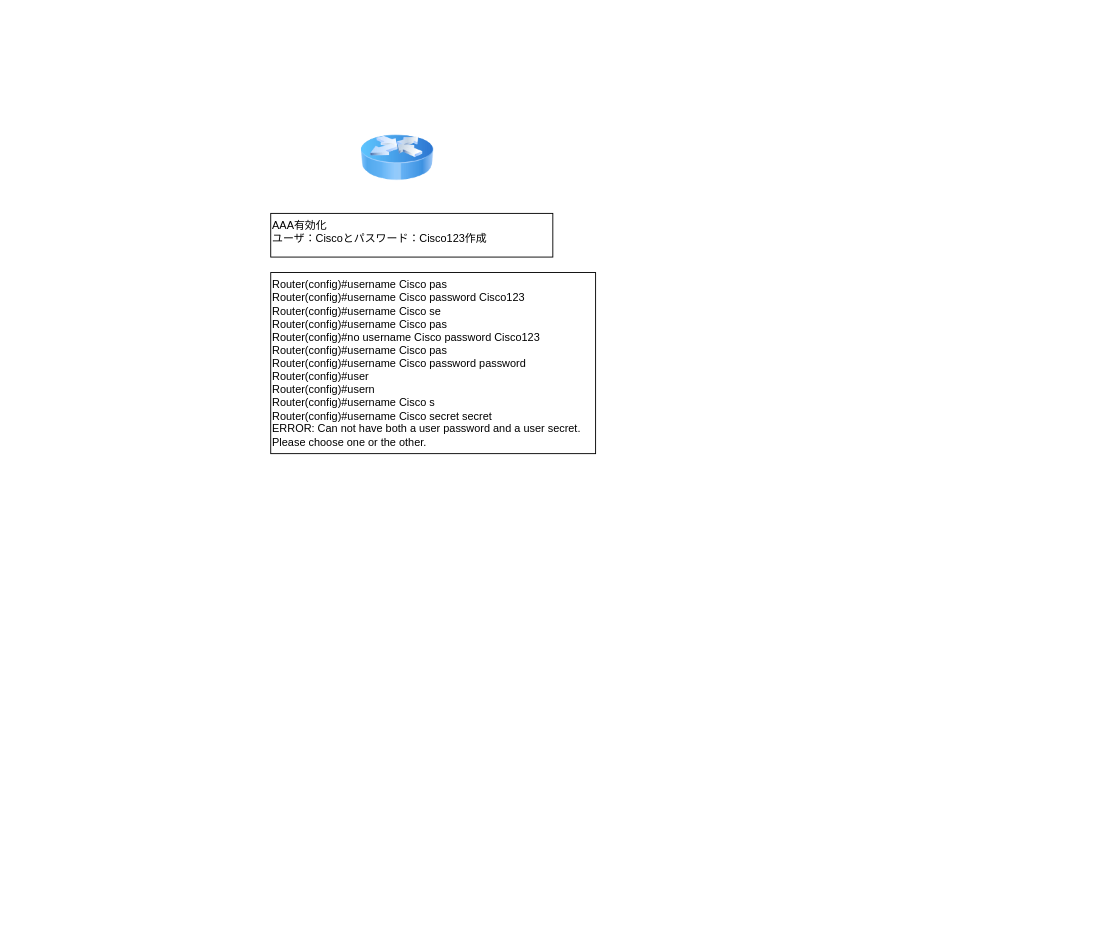
kyforprogram/ccna keeps this draw.io diagram as 名称未設定ファイル.drawio. Above is the earlier version. Source tidied: cells renumbered, new cells numbered last; positions are measured from the earlier drawing's top-left corner, leaving out a move shared by most shapes. Both pictures are drawn from the tidied source at 91%, with x=0, y=0 at pixel (270, 121).
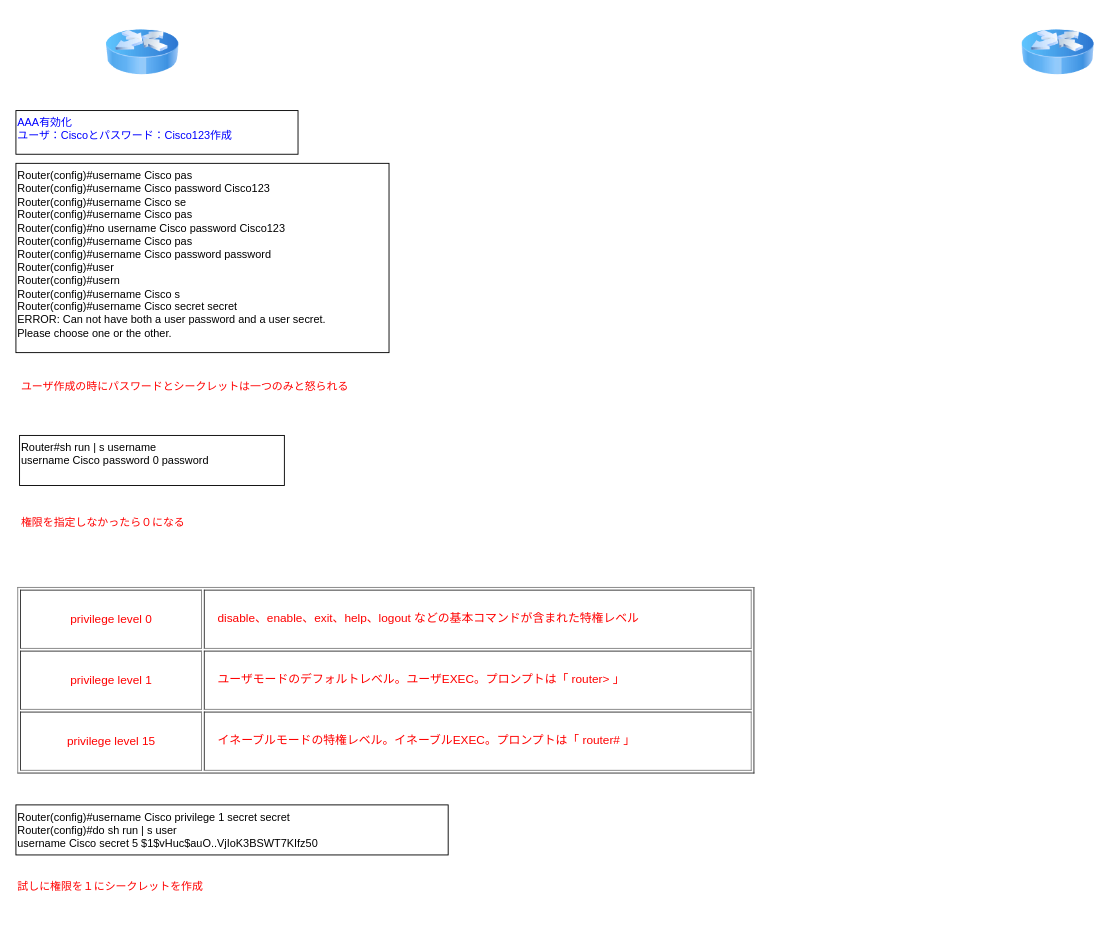
After the change.

Commit message:
名称未設定ファイル.drawio を更新します

The edit, as a diff of the source:
```diff
@@
 <mxGraphModel>
   <root>
     <mxCell id="0" />
     <mxCell id="1" parent="0" />
     <mxCell id="2" style="image;html=1;image=img/lib/clip_art/networking/Router_Icon_128x128.png;" parent="1" vertex="1">
-      <mxGeometry x="99" width="80" height="80" as="geometry" />
+      <mxGeometry x="-181" y="-116" width="80" height="80" as="geometry" />
     </mxCell>
-    <mxCell id="3" value="AAA有効化&lt;br&gt;ユーザ：Ciscoとパスワード：Cisco123作成" style="whiteSpace=wrap;html=1;align=left;verticalAlign=top;" parent="1" vertex="1">
-      <mxGeometry y="101" width="310" height="48" as="geometry" />
+    <mxCell id="3" value="AAA有効化&lt;br&gt;ユーザ：Ciscoとパスワード：Cisco123作成" style="whiteSpace=wrap;html=1;align=left;verticalAlign=top;fontColor=#0000FF;" parent="1" vertex="1">
+      <mxGeometry x="-280" y="-12" width="310" height="48" as="geometry" />
     </mxCell>
-    <mxCell id="4" value="&lt;div&gt;Router(config)#username Cisco pas&lt;/div&gt;&lt;div&gt;Router(config)#username Cisco password Cisco123&lt;/div&gt;&lt;div&gt;Router(config)#username Cisco se&lt;/div&gt;&lt;div&gt;Router(config)#username Cisco pas&lt;/div&gt;&lt;div&gt;Router(config)#no username Cisco password Cisco123&lt;/div&gt;&lt;div&gt;Router(config)#username Cisco pas&lt;/div&gt;&lt;div&gt;Router(config)#username Cisco password password&lt;/div&gt;&lt;div&gt;Router(config)#user&lt;/div&gt;&lt;div&gt;Router(config)#usern&lt;/div&gt;&lt;div&gt;Router(config)#username Cisco s&lt;/div&gt;&lt;div&gt;Router(config)#username Cisco secret secret&lt;/div&gt;&lt;div&gt;ERROR: Can not have both a user password and a user secret.&lt;/div&gt;&lt;div&gt;Please choose one or the other.&lt;/div&gt;" style="text;html=1;align=left;verticalAlign=middle;strokeColor=default;fillColor=none;" parent="1" vertex="1">
-      <mxGeometry y="166" width="357" height="199" as="geometry" />
+    <mxCell id="4" value="&lt;div style=&quot;border-color: var(--border-color);&quot;&gt;Router(config)#username Cisco pas&lt;/div&gt;&lt;div style=&quot;border-color: var(--border-color);&quot;&gt;Router(config)#username Cisco password Cisco123&lt;/div&gt;&lt;div style=&quot;border-color: var(--border-color);&quot;&gt;Router(config)#username Cisco se&lt;/div&gt;&lt;div style=&quot;border-color: var(--border-color);&quot;&gt;Router(config)#username Cisco pas&lt;/div&gt;&lt;div style=&quot;border-color: var(--border-color);&quot;&gt;Router(config)#no username Cisco password Cisco123&lt;/div&gt;&lt;div style=&quot;border-color: var(--border-color);&quot;&gt;Router(config)#username Cisco pas&lt;/div&gt;&lt;div style=&quot;border-color: var(--border-color);&quot;&gt;Router(config)#username Cisco password password&lt;/div&gt;&lt;div style=&quot;border-color: var(--border-color);&quot;&gt;Router(config)#user&lt;/div&gt;&lt;div style=&quot;border-color: var(--border-color);&quot;&gt;Router(config)#usern&lt;/div&gt;&lt;div style=&quot;border-color: var(--border-color);&quot;&gt;Router(config)#username Cisco s&lt;/div&gt;&lt;div style=&quot;border-color: var(--border-color);&quot;&gt;Router(config)#username Cisco secret secret&lt;/div&gt;&lt;div style=&quot;border-color: var(--border-color);&quot;&gt;ERROR: Can not have both a user password and a user secret.&lt;/div&gt;&lt;div style=&quot;border-color: var(--border-color);&quot;&gt;Please choose one or the other.&lt;/div&gt;" style="whiteSpace=wrap;html=1;align=left;verticalAlign=top;" parent="1" vertex="1">
+      <mxGeometry x="-280" y="46" width="410" height="208" as="geometry" />
     </mxCell>
+    <mxCell id="5" value="&lt;div style=&quot;border-color: var(--border-color);&quot;&gt;&lt;div style=&quot;border-color: var(--border-color);&quot;&gt;&lt;span style=&quot;background-color: initial;&quot;&gt;Router#sh run | s username&lt;/span&gt;&lt;br&gt;&lt;/div&gt;&lt;div style=&quot;border-color: var(--border-color);&quot;&gt;username Cisco password 0 password&lt;/div&gt;&lt;/div&gt;" style="whiteSpace=wrap;html=1;align=left;verticalAlign=top;" parent="1" vertex="1">
+      <mxGeometry x="-276" y="345" width="291" height="55" as="geometry" />
+    </mxCell>
+    <mxCell id="6" value="&lt;div style=&quot;border-color: var(--border-color);&quot;&gt;&lt;div style=&quot;border-color: var(--border-color);&quot;&gt;ユーザ作成の時にパスワードとシークレットは一つのみと怒られる&lt;br&gt;&lt;/div&gt;&lt;/div&gt;" style="whiteSpace=wrap;html=1;align=left;verticalAlign=top;fontColor=#FF0000;strokeColor=none;" parent="1" vertex="1">
+      <mxGeometry x="-276" y="278" width="426" height="55" as="geometry" />
+    </mxCell>
+    <mxCell id="7" value="&lt;div style=&quot;border-color: var(--border-color);&quot;&gt;&lt;div style=&quot;border-color: var(--border-color);&quot;&gt;権限を指定しなかったら０になる&lt;br&gt;&lt;/div&gt;&lt;/div&gt;" style="whiteSpace=wrap;html=1;align=left;verticalAlign=top;fontColor=#FF0000;strokeColor=none;" parent="1" vertex="1">
+      <mxGeometry x="-276" y="427" width="426" height="55" as="geometry" />
+    </mxCell>
+    <mxCell id="8" value="&lt;div style=&quot;border-color: var(--border-color);&quot;&gt;&lt;div style=&quot;border-color: var(--border-color);&quot;&gt;&lt;table style=&quot;font-family: Meiryo;&quot; height=&quot;205&quot; width=&quot;810&quot; border=&quot;1&quot;&gt;&lt;tbody&gt;&lt;tr&gt;&lt;td width=&quot;196&quot; height=&quot;46&quot; align=&quot;center&quot;&gt;&lt;font face=&quot;メイリオ&quot; size=&quot;-1&quot;&gt;&lt;font face=&quot;MS Reference Sans Serif&quot;&gt;privilege level 0&lt;/font&gt;&lt;/font&gt;&lt;/td&gt;&lt;td width=&quot;598&quot; height=&quot;46&quot; align=&quot;left&quot;&gt;&lt;p style=&quot;line-height: 28.8px;&quot;&gt;&lt;font face=&quot;メイリオ&quot; size=&quot;-1&quot;&gt;　disable、enable、exit、help、logout などの基本コマンドが含まれた特権レベル&lt;/font&gt;&lt;/p&gt;&lt;/td&gt;&lt;/tr&gt;&lt;tr&gt;&lt;td width=&quot;196&quot; height=&quot;46&quot; align=&quot;center&quot;&gt;&lt;font face=&quot;メイリオ&quot; size=&quot;-1&quot;&gt;&lt;font face=&quot;MS Reference Sans Serif&quot;&gt;privilege level 1&lt;/font&gt;&lt;/font&gt;&lt;/td&gt;&lt;td width=&quot;598&quot; height=&quot;46&quot; align=&quot;left&quot;&gt;&lt;p style=&quot;line-height: 28.8px;&quot;&gt;&lt;font face=&quot;メイリオ&quot; size=&quot;-1&quot;&gt;　ユーザモードのデフォルトレベル。ユーザEXEC。プロンプトは「&amp;nbsp;&lt;/font&gt;&lt;font color=&quot;#ff0000&quot; face=&quot;メイリオ&quot; size=&quot;-1&quot;&gt;router&amp;gt;&lt;/font&gt;&lt;font face=&quot;メイリオ&quot; size=&quot;-1&quot;&gt;&amp;nbsp;」&lt;/font&gt;&lt;/p&gt;&lt;/td&gt;&lt;/tr&gt;&lt;tr&gt;&lt;td width=&quot;196&quot; height=&quot;46&quot; align=&quot;center&quot;&gt;&lt;font face=&quot;メイリオ&quot; size=&quot;-1&quot;&gt;&lt;font face=&quot;MS Reference Sans Serif&quot;&gt;privilege level 15&lt;/font&gt;&lt;/font&gt;&lt;/td&gt;&lt;td width=&quot;598&quot; height=&quot;46&quot; align=&quot;left&quot;&gt;&lt;p style=&quot;line-height: 28.8px;&quot;&gt;&lt;font face=&quot;メイリオ&quot; size=&quot;-1&quot;&gt;　イネーブルモードの特権レベル。イネーブルEXEC。プロンプトは「&lt;/font&gt;&lt;font color=&quot;#ff0000&quot; face=&quot;メイリオ&quot; size=&quot;-1&quot;&gt;&amp;nbsp;router#&lt;/font&gt;&lt;font face=&quot;メイリオ&quot; size=&quot;-1&quot;&gt;&amp;nbsp;」&lt;/font&gt;&lt;/p&gt;&lt;/td&gt;&lt;/tr&gt;&lt;/tbody&gt;&lt;/table&gt;&lt;/div&gt;&lt;/div&gt;" style="whiteSpace=wrap;html=1;align=left;verticalAlign=top;fontColor=#FF0000;strokeColor=none;" parent="1" vertex="1">
+      <mxGeometry x="-280" y="505" width="846" height="230" as="geometry" />
+    </mxCell>
+    <mxCell id="9" value="&lt;div style=&quot;border-color: var(--border-color);&quot;&gt;&lt;div style=&quot;border-color: var(--border-color);&quot;&gt;Router(config)#username Cisco privilege 1 secret secret&lt;br&gt;&lt;div style=&quot;border-color: var(--border-color);&quot;&gt;Router(config)#do sh run | s user&lt;/div&gt;&lt;div style=&quot;border-color: var(--border-color);&quot;&gt;username Cisco secret 5 $1$vHuc$auO..VjIoK3BSWT7KIfz50&lt;/div&gt;&lt;/div&gt;&lt;/div&gt;" style="whiteSpace=wrap;html=1;align=left;verticalAlign=top;" parent="1" vertex="1">
+      <mxGeometry x="-280" y="751" width="475" height="55" as="geometry" />
+    </mxCell>
+    <mxCell id="10" value="&lt;div style=&quot;border-color: var(--border-color);&quot;&gt;&lt;div style=&quot;border-color: var(--border-color);&quot;&gt;試しに権限を１にシークレットを作成&lt;/div&gt;&lt;/div&gt;" style="whiteSpace=wrap;html=1;align=left;verticalAlign=top;fontColor=#FF0000;strokeColor=none;" parent="1" vertex="1">
+      <mxGeometry x="-280" y="827" width="426" height="55" as="geometry" />
+    </mxCell>
+    <mxCell id="11" style="image;html=1;image=img/lib/clip_art/networking/Router_Icon_128x128.png;" parent="1" vertex="1">
+      <mxGeometry x="825" y="-116" width="80" height="80" as="geometry" />
+    </mxCell>
   </root>
 </mxGraphModel>
```
